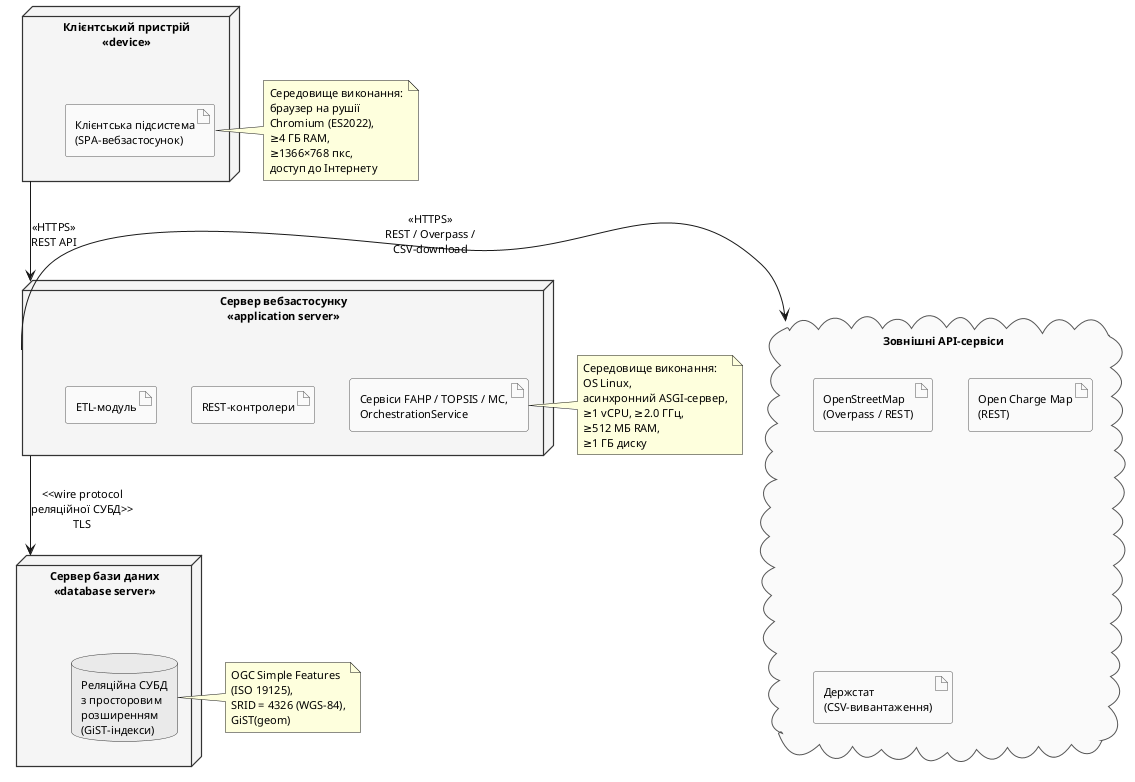
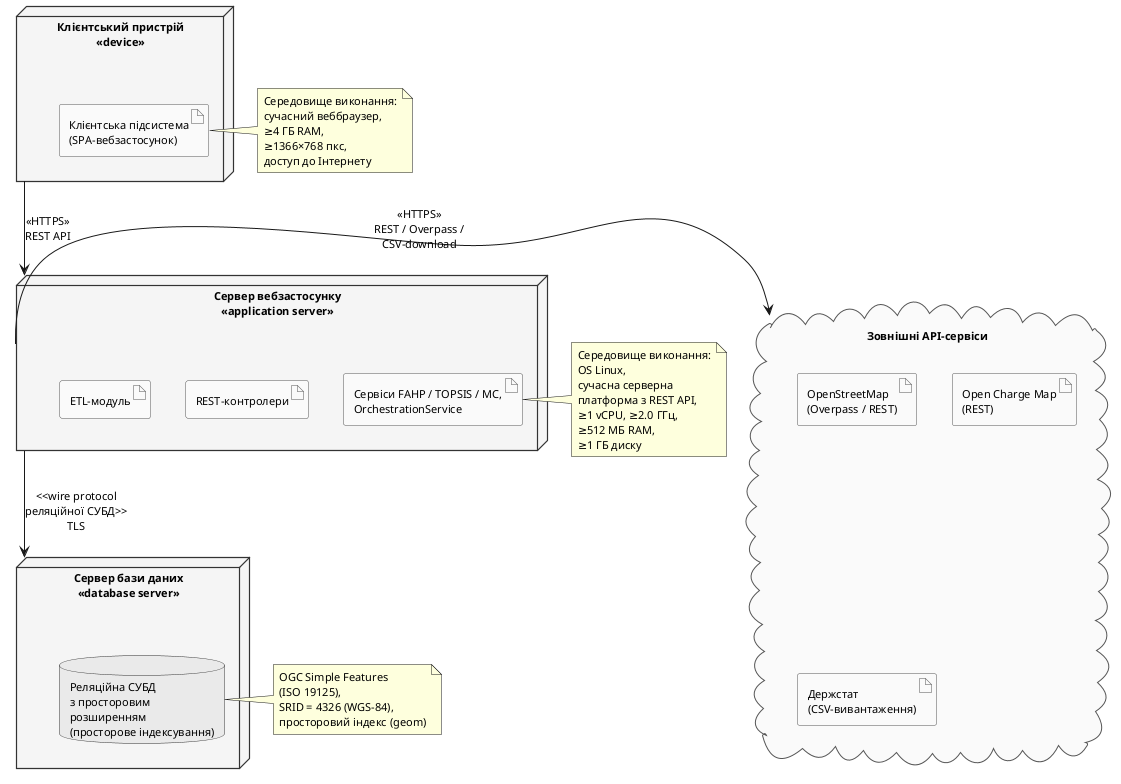
@startuml
' Рис. 2.13. Діаграма розгортання системи
skinparam shadowing false
skinparam defaultFontName "Times New Roman"
skinparam defaultFontSize 11
skinparam node {
    BackgroundColor #f5f5f5
    BorderColor #333333
    BorderThickness 1.2
}
skinparam artifact {
    BackgroundColor #fafafa
    BorderColor #555555
}
skinparam cloud {
    BackgroundColor #fafafa
    BorderColor #555555
}
skinparam database {
    BackgroundColor #eaeaea
    BorderColor #333333
}

node "Клієнтський пристрій\n<<device>>" as Client {
    artifact "Клієнтська підсистема\n(SPA-вебзастосунок)" as ClientArt
}

node "Сервер вебзастосунку\n<<application server>>" as AppNode {
    artifact "REST-контролери" as AppCtrl
    artifact "Сервіси FAHP / TOPSIS / MC,\nOrchestrationService" as AppSvc
    artifact "ETL-модуль" as AppETL
}

node "Сервер бази даних\n<<database server>>" as DBNode {
-     database "Реляційна СУБД\nз просторовим\nрозширенням\n(GiST-індекси)" as DBArt
+     database "Реляційна СУБД\nз просторовим\nрозширенням\n(просторове індексування)" as DBArt
}

cloud "Зовнішні API-сервіси" as Ext {
    artifact "OpenStreetMap\n(Overpass / REST)" as A_OSM
    artifact "Open Charge Map\n(REST)" as A_OCM
    artifact "Держстат\n(CSV-вивантаження)" as A_DSU
}

note right of ClientArt
    Середовище виконання:
-     браузер на рушії
-     Chromium (ES2022),
+     сучасний веббраузер,
    ≥4 ГБ RAM,
    ≥1366×768 пкс,
    доступ до Інтернету
end note

note right of AppSvc
    Середовище виконання:
    OS Linux,
-     асинхронний ASGI-сервер,
+     сучасна серверна
+     платформа з REST API,
    ≥1 vCPU, ≥2.0 ГГц,
    ≥512 МБ RAM,
    ≥1 ГБ диску
end note

note right of DBArt
    OGC Simple Features
    (ISO 19125),
    SRID = 4326 (WGS-84),
-     GiST(geom)
+     просторовий індекс (geom)
end note

Client -down-> AppNode : <<HTTPS>>\nREST API
AppNode -down-> DBNode : <<wire protocol\nреляційної СУБД>>\nTLS
AppNode -right-> Ext : <<HTTPS>>\nREST / Overpass /\nCSV-download

@enduml
